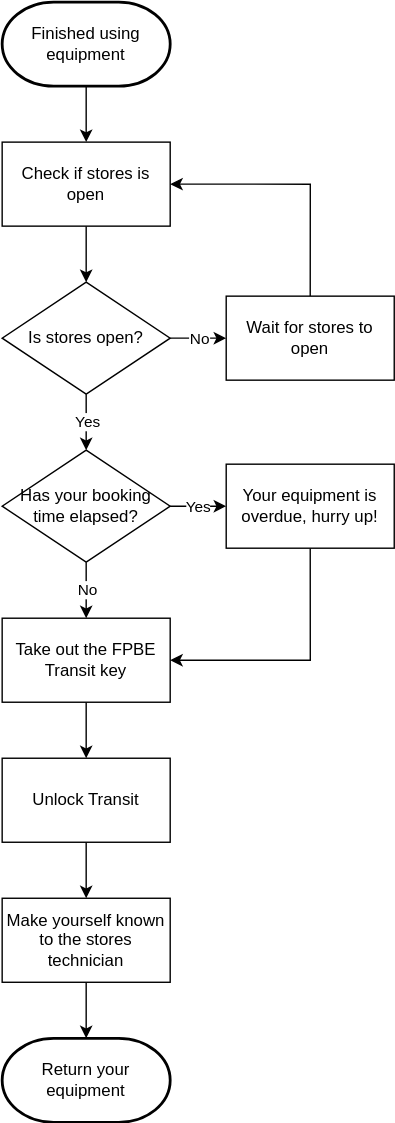
This is docs/bookings/equipment-returning.drawio.svg from UoS-TV/VOI, a draw.io export, as it was before one commit. Source tidied: cells renumbered, new cells last; positions are measured from the earlier drawing's top-left corner, leaving out a move shared by most shapes.
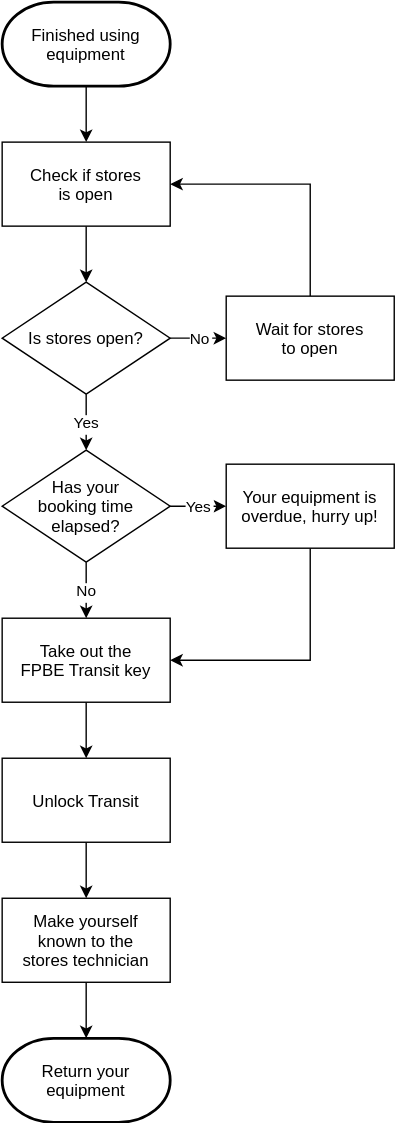
After the commit.

Change to the diagram source:
```diff
@@ -2,87 +2,87 @@
   <root>
     <mxCell id="0" />
     <mxCell id="1" parent="0" />
-    <mxCell id="2" style="edgeStyle=orthogonalEdgeStyle;html=1;exitX=0.5;exitY=1;exitDx=0;exitDy=0;entryX=0.5;entryY=0;entryDx=0;entryDy=0;rounded=0;" parent="1" edge="1" source="3" target="8">
+    <mxCell id="2" style="edgeStyle=orthogonalEdgeStyle;exitX=0.5;exitY=1;exitDx=0;exitDy=0;entryX=0.5;entryY=0;entryDx=0;entryDy=0;rounded=0;fontFamily=Arial;" parent="1" edge="1" source="3" target="8">
       <mxGeometry relative="1" as="geometry" />
     </mxCell>
-    <mxCell id="3" value="Check if stores is open" style="rounded=0;whiteSpace=wrap;html=1;" parent="1" vertex="1">
+    <mxCell id="3" value="Check if stores&#10;is open" style="rounded=0;fontFamily=Arial;" parent="1" vertex="1">
       <mxGeometry y="100" width="120" height="60" as="geometry" />
     </mxCell>
-    <mxCell id="4" style="edgeStyle=orthogonalEdgeStyle;html=1;rounded=0;" parent="1" edge="1" source="8" target="10">
+    <mxCell id="4" style="edgeStyle=orthogonalEdgeStyle;rounded=0;fontFamily=Arial;" parent="1" edge="1" source="8" target="10">
       <mxGeometry relative="1" as="geometry" />
     </mxCell>
-    <mxCell id="5" value="No" style="edgeLabel;html=1;align=center;verticalAlign=middle;" parent="4" vertex="1">
+    <mxCell id="5" value="No" style="edgeLabel;align=center;verticalAlign=middle;fontFamily=Arial;" parent="4" vertex="1">
       <mxGeometry x="-0.32" y="1" relative="1" as="geometry">
         <mxPoint x="7" y="1" as="offset" />
       </mxGeometry>
     </mxCell>
-    <mxCell id="6" style="edgeStyle=orthogonalEdgeStyle;rounded=0;html=1;entryX=0.5;entryY=0;entryDx=0;entryDy=0;" parent="1" edge="1" source="8" target="23">
+    <mxCell id="6" style="edgeStyle=orthogonalEdgeStyle;rounded=0;entryX=0.5;entryY=0;entryDx=0;entryDy=0;fontFamily=Arial;" parent="1" edge="1" source="8" target="23">
       <mxGeometry relative="1" as="geometry" />
     </mxCell>
-    <mxCell id="7" value="Yes" style="edgeLabel;html=1;align=center;verticalAlign=middle;" parent="6" vertex="1">
+    <mxCell id="7" value="Yes" style="edgeLabel;align=center;verticalAlign=middle;fontFamily=Arial;" parent="6" vertex="1">
       <mxGeometry x="-0.22" relative="1" as="geometry">
         <mxPoint y="4" as="offset" />
       </mxGeometry>
     </mxCell>
-    <mxCell id="8" value="Is stores open?" style="rhombus;whiteSpace=wrap;html=1;" parent="1" vertex="1">
+    <mxCell id="8" value="Is stores open?" style="rhombus;fontFamily=Arial;" parent="1" vertex="1">
       <mxGeometry y="200" width="120" height="80" as="geometry" />
     </mxCell>
-    <mxCell id="9" style="edgeStyle=orthogonalEdgeStyle;html=1;exitX=0.5;exitY=0;exitDx=0;exitDy=0;entryX=1;entryY=0.5;entryDx=0;entryDy=0;rounded=0;" parent="1" edge="1" source="10" target="3">
+    <mxCell id="9" style="edgeStyle=orthogonalEdgeStyle;exitX=0.5;exitY=0;exitDx=0;exitDy=0;entryX=1;entryY=0.5;entryDx=0;entryDy=0;rounded=0;fontFamily=Arial;" parent="1" edge="1" source="10" target="3">
       <mxGeometry relative="1" as="geometry" />
     </mxCell>
-    <mxCell id="10" value="Wait for stores to open" style="whiteSpace=wrap;html=1;" parent="1" vertex="1">
+    <mxCell id="10" value="Wait for stores&#10;to open" style="fontFamily=Arial;" parent="1" vertex="1">
       <mxGeometry x="160" y="210" width="120" height="60" as="geometry" />
     </mxCell>
-    <mxCell id="11" style="edgeStyle=orthogonalEdgeStyle;rounded=0;html=1;" parent="1" edge="1" source="12" target="14">
+    <mxCell id="11" style="edgeStyle=orthogonalEdgeStyle;rounded=0;fontFamily=Arial;" parent="1" edge="1" source="12" target="14">
       <mxGeometry relative="1" as="geometry" />
     </mxCell>
-    <mxCell id="12" value="Take out the FPBE Transit key" style="whiteSpace=wrap;html=1;" parent="1" vertex="1">
+    <mxCell id="12" value="Take out the&#10;FPBE Transit key" style="fontFamily=Arial;" parent="1" vertex="1">
       <mxGeometry y="440" width="120" height="60" as="geometry" />
     </mxCell>
-    <mxCell id="13" style="edgeStyle=orthogonalEdgeStyle;rounded=0;html=1;" parent="1" edge="1" source="14" target="16">
+    <mxCell id="13" style="edgeStyle=orthogonalEdgeStyle;rounded=0;fontFamily=Arial;" parent="1" edge="1" source="14" target="16">
       <mxGeometry relative="1" as="geometry" />
     </mxCell>
-    <mxCell id="14" value="Unlock Transit" style="whiteSpace=wrap;html=1;" parent="1" vertex="1">
+    <mxCell id="14" value="Unlock Transit" style="fontFamily=Arial;" parent="1" vertex="1">
       <mxGeometry y="540" width="120" height="60" as="geometry" />
     </mxCell>
-    <mxCell id="15" style="edgeStyle=orthogonalEdgeStyle;rounded=0;html=1;entryX=0.5;entryY=0;entryDx=0;entryDy=0;entryPerimeter=0;" parent="1" edge="1" source="16" target="18">
+    <mxCell id="15" style="edgeStyle=orthogonalEdgeStyle;rounded=0;entryX=0.5;entryY=0;entryDx=0;entryDy=0;entryPerimeter=0;fontFamily=Arial;" parent="1" edge="1" source="16" target="18">
       <mxGeometry relative="1" as="geometry" />
     </mxCell>
-    <mxCell id="16" value="Make yourself known to the stores technician" style="whiteSpace=wrap;html=1;" parent="1" vertex="1">
+    <mxCell id="16" value="Make yourself&#10;known to the&#10;stores technician" style="fontFamily=Arial;" parent="1" vertex="1">
       <mxGeometry y="640" width="120" height="60" as="geometry" />
     </mxCell>
-    <mxCell id="17" style="edgeStyle=orthogonalEdgeStyle;rounded=0;html=1;exitX=0.5;exitY=1;exitDx=0;exitDy=0;entryX=0.5;entryY=0;entryDx=0;entryDy=0;exitPerimeter=0;" parent="1" edge="1" source="26" target="3">
+    <mxCell id="17" style="edgeStyle=orthogonalEdgeStyle;rounded=0;exitX=0.5;exitY=1;exitDx=0;exitDy=0;entryX=0.5;entryY=0;entryDx=0;entryDy=0;exitPerimeter=0;fontFamily=Arial;" parent="1" edge="1" source="26" target="3">
       <mxGeometry relative="1" as="geometry" />
     </mxCell>
-    <mxCell id="18" value="Return your equipment" style="strokeWidth=2;html=1;shape=mxgraph.flowchart.terminator;whiteSpace=wrap;" parent="1" vertex="1">
+    <mxCell id="18" value="Return your&#10;equipment" style="strokeWidth=2;shape=mxgraph.flowchart.terminator;fontFamily=Arial;" parent="1" vertex="1">
       <mxGeometry y="740" width="120" height="60" as="geometry" />
     </mxCell>
-    <mxCell id="19" style="edgeStyle=orthogonalEdgeStyle;rounded=0;html=1;exitX=0.5;exitY=1;exitDx=0;exitDy=0;entryX=0.5;entryY=0;entryDx=0;entryDy=0;" parent="1" edge="1" source="23" target="12">
+    <mxCell id="19" style="edgeStyle=orthogonalEdgeStyle;rounded=0;exitX=0.5;exitY=1;exitDx=0;exitDy=0;entryX=0.5;entryY=0;entryDx=0;entryDy=0;fontFamily=Arial;" parent="1" edge="1" source="23" target="12">
       <mxGeometry relative="1" as="geometry" />
     </mxCell>
-    <mxCell id="20" value="No" style="edgeLabel;html=1;align=center;verticalAlign=middle;" parent="19" vertex="1">
+    <mxCell id="20" value="No" style="edgeLabel;align=center;verticalAlign=middle;fontFamily=Arial;" parent="19" vertex="1">
       <mxGeometry x="-0.25" y="-1" relative="1" as="geometry">
         <mxPoint x="1" y="5" as="offset" />
       </mxGeometry>
     </mxCell>
-    <mxCell id="21" style="edgeStyle=orthogonalEdgeStyle;rounded=0;html=1;entryX=0;entryY=0.5;entryDx=0;entryDy=0;" parent="1" edge="1" source="23" target="25">
+    <mxCell id="21" style="edgeStyle=orthogonalEdgeStyle;rounded=0;entryX=0;entryY=0.5;entryDx=0;entryDy=0;fontFamily=Arial;" parent="1" edge="1" source="23" target="25">
       <mxGeometry relative="1" as="geometry" />
     </mxCell>
-    <mxCell id="22" value="Yes" style="edgeLabel;html=1;align=center;verticalAlign=middle;" parent="21" vertex="1">
+    <mxCell id="22" value="Yes" style="edgeLabel;align=center;verticalAlign=middle;fontFamily=Arial;" parent="21" vertex="1">
       <mxGeometry x="0.64" y="2" relative="1" as="geometry">
         <mxPoint x="-13" y="2" as="offset" />
       </mxGeometry>
     </mxCell>
-    <mxCell id="23" value="Has your booking time elapsed?" style="rhombus;whiteSpace=wrap;html=1;" parent="1" vertex="1">
+    <mxCell id="23" value="Has your&#10;booking time&#10;elapsed?" style="rhombus;fontFamily=Arial;" parent="1" vertex="1">
       <mxGeometry y="320" width="120" height="80" as="geometry" />
     </mxCell>
-    <mxCell id="24" style="edgeStyle=orthogonalEdgeStyle;rounded=0;html=1;exitX=0.5;exitY=1;exitDx=0;exitDy=0;entryX=1;entryY=0.5;entryDx=0;entryDy=0;" parent="1" edge="1" source="25" target="12">
+    <mxCell id="24" style="edgeStyle=orthogonalEdgeStyle;rounded=0;exitX=0.5;exitY=1;exitDx=0;exitDy=0;entryX=1;entryY=0.5;entryDx=0;entryDy=0;fontFamily=Arial;" parent="1" edge="1" source="25" target="12">
       <mxGeometry relative="1" as="geometry" />
     </mxCell>
-    <mxCell id="25" value="Your equipment is overdue, hurry up!" style="whiteSpace=wrap;html=1;" parent="1" vertex="1">
+    <mxCell id="25" value="Your equipment is&#10;overdue, hurry up!" style="fontFamily=Arial;" parent="1" vertex="1">
       <mxGeometry x="160" y="330" width="120" height="60" as="geometry" />
     </mxCell>
-    <mxCell id="26" value="Finished using equipment" style="strokeWidth=2;html=1;shape=mxgraph.flowchart.terminator;whiteSpace=wrap;" parent="1" vertex="1">
+    <mxCell id="26" value="Finished using&#10;equipment" style="strokeWidth=2;shape=mxgraph.flowchart.terminator;fontFamily=Arial;" parent="1" vertex="1">
       <mxGeometry width="120" height="60" as="geometry" />
     </mxCell>
   </root>
```
